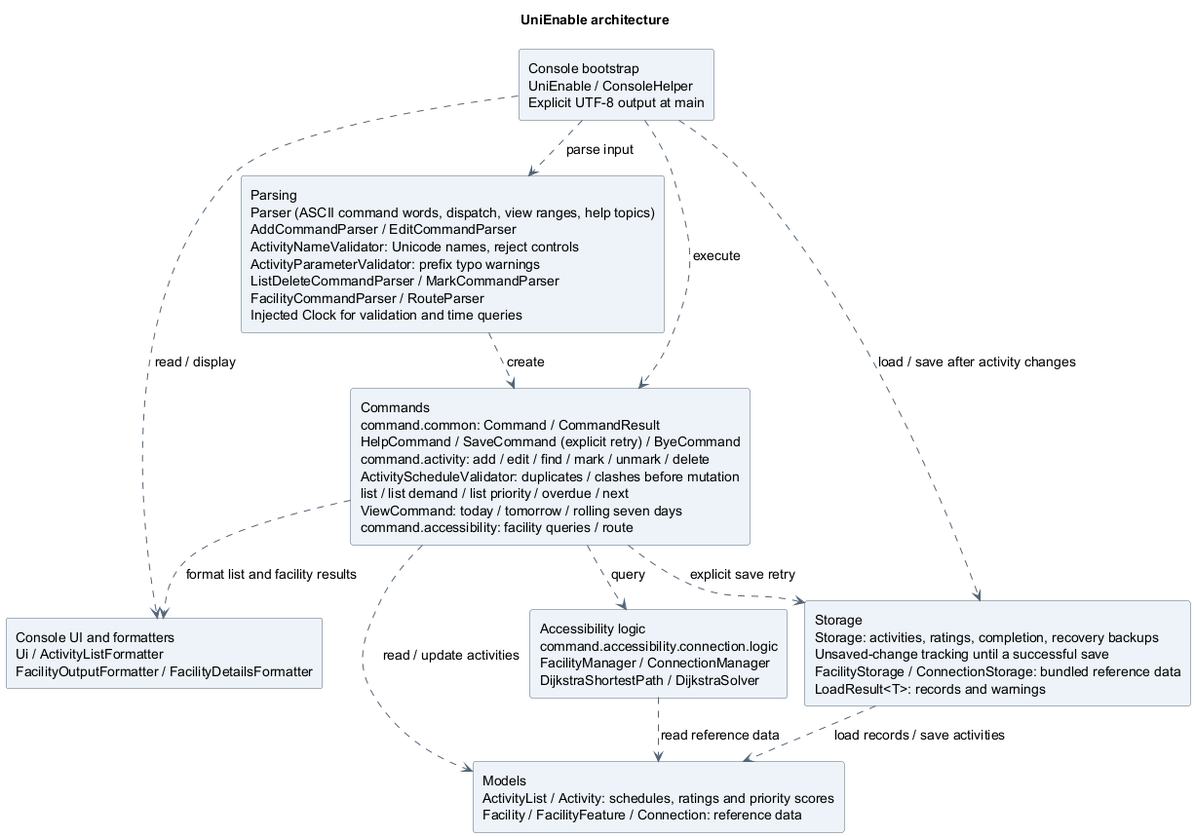
AY2627S1-CS2113-T10-4/tp keeps this PlantUML diagram as docs/images/luke/architecture/ArchitectureDiagram.png. Above is the earlier version.
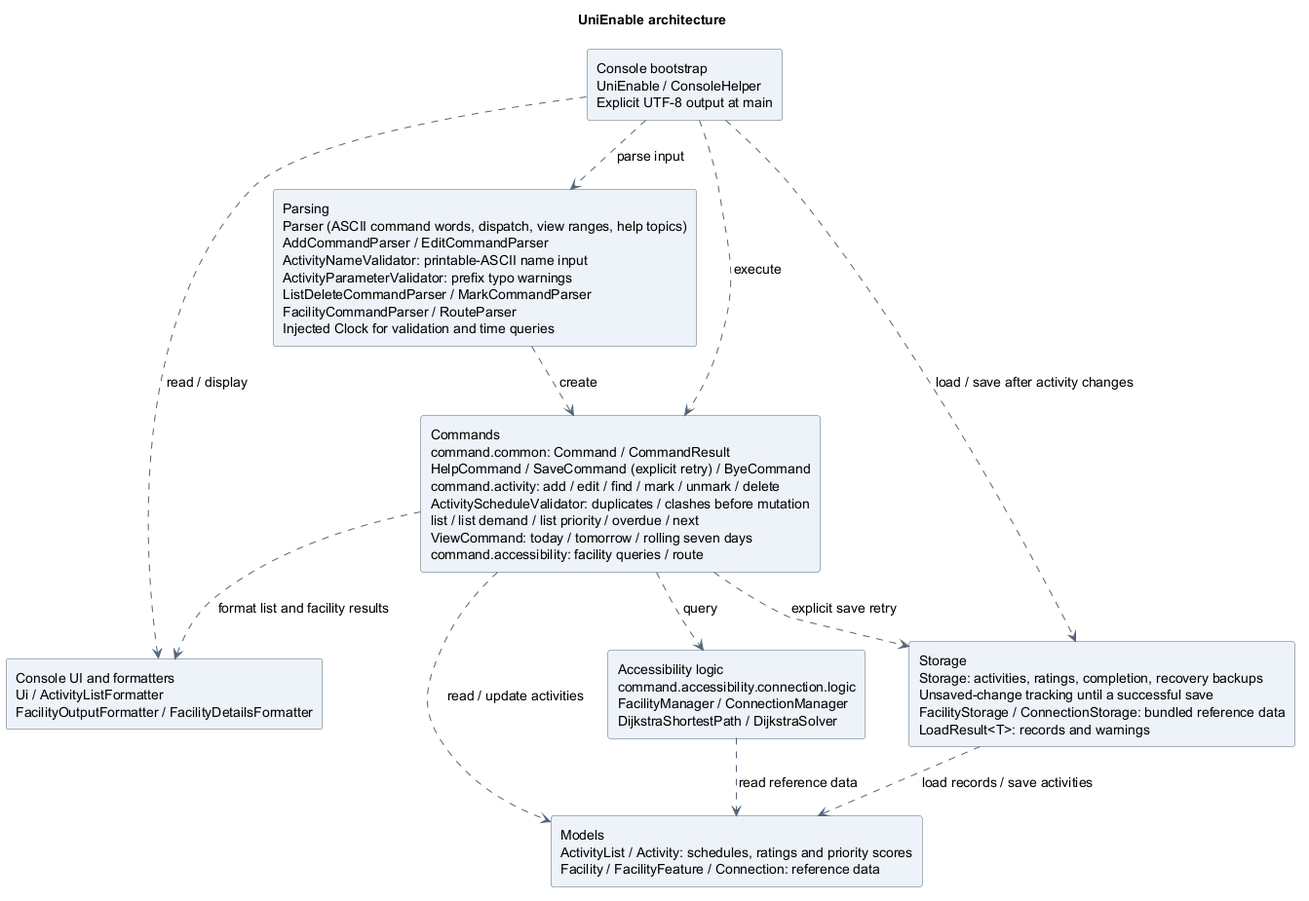
After the commit.

Diff of the diagram source:
```diff
@@ -16,7 +16,7 @@
 
 component "Console bootstrap\nUniEnable / ConsoleHelper\nExplicit UTF-8 output at main" as Console
 component "Console UI and formatters\nUi / ActivityListFormatter\nFacilityOutputFormatter / FacilityDetailsFormatter" as UI
-component "Parsing\nParser (ASCII command words, dispatch, view ranges, help topics)\nAddCommandParser / EditCommandParser\nActivityNameValidator: Unicode names, reject controls\nActivityParameterValidator: prefix typo warnings\nListDeleteCommandParser / MarkCommandParser\nFacilityCommandParser / RouteParser\nInjected Clock for validation and time queries" as Parsing
+component "Parsing\nParser (ASCII command words, dispatch, view ranges, help topics)\nAddCommandParser / EditCommandParser\nActivityNameValidator: printable-ASCII name input\nActivityParameterValidator: prefix typo warnings\nListDeleteCommandParser / MarkCommandParser\nFacilityCommandParser / RouteParser\nInjected Clock for validation and time queries" as Parsing
 component "Commands\ncommand.common: Command / CommandResult\nHelpCommand / SaveCommand (explicit retry) / ByeCommand\ncommand.activity: add / edit / find / mark / unmark / delete\nActivityScheduleValidator: duplicates / clashes before mutation\nlist / list demand / list priority / overdue / next\nViewCommand: today / tomorrow / rolling seven days\ncommand.accessibility: facility queries / route" as Commands
 component "Storage\nStorage: activities, ratings, completion, recovery backups\nUnsaved-change tracking until a successful save\nFacilityStorage / ConnectionStorage: bundled reference data\nLoadResult<T>: records and warnings" as Storage
 component "Accessibility logic\ncommand.accessibility.connection.logic\nFacilityManager / ConnectionManager\nDijkstraShortestPath / DijkstraSolver" as Accessibility
```
